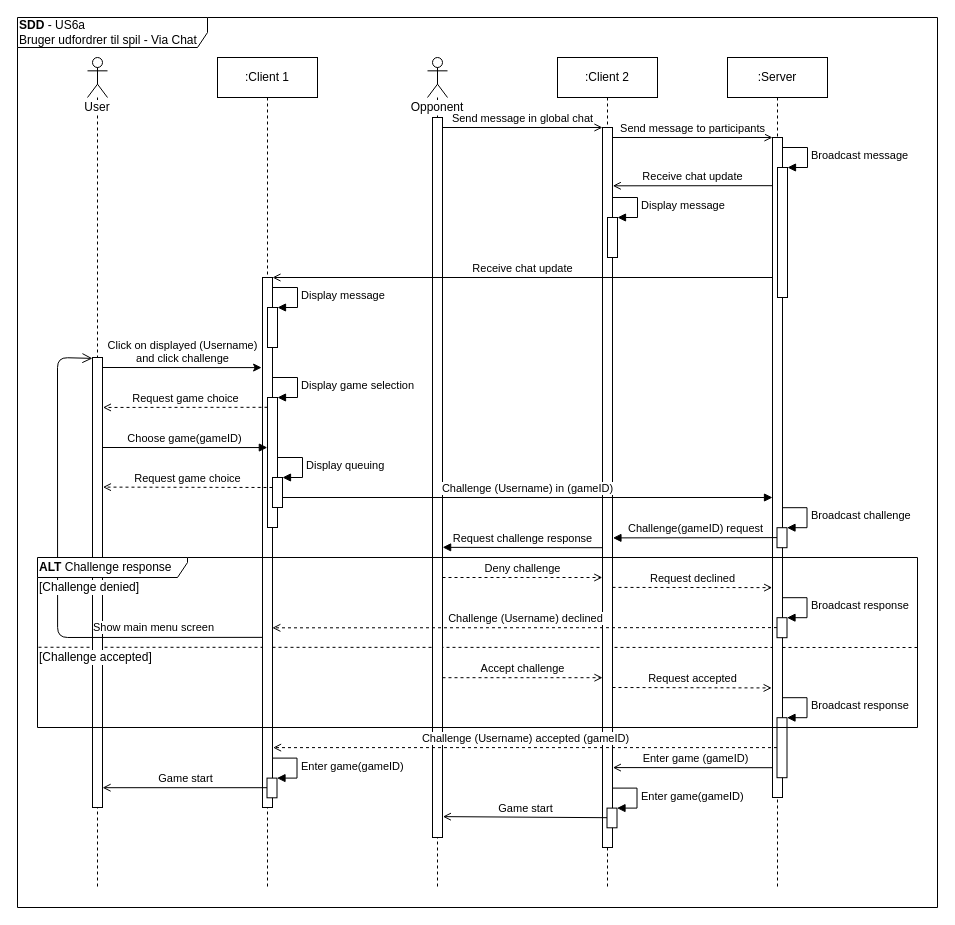
This is page "User-Story-6a" (3 of 4) of diagrams/arkitektur/arkitektur-system-sekvensdiagrammer.drawio from Macradon/I7BAC-PlugNPlay, a draw.io file, before an edit. Source tidied: cells renumbered, new cells numbered last; positions are measured from the earlier drawing's top-left corner, leaving out a move shared by most shapes. Both pictures are drawn from the tidied source at 100%, with x=0, y=0 at pixel (17, 17).
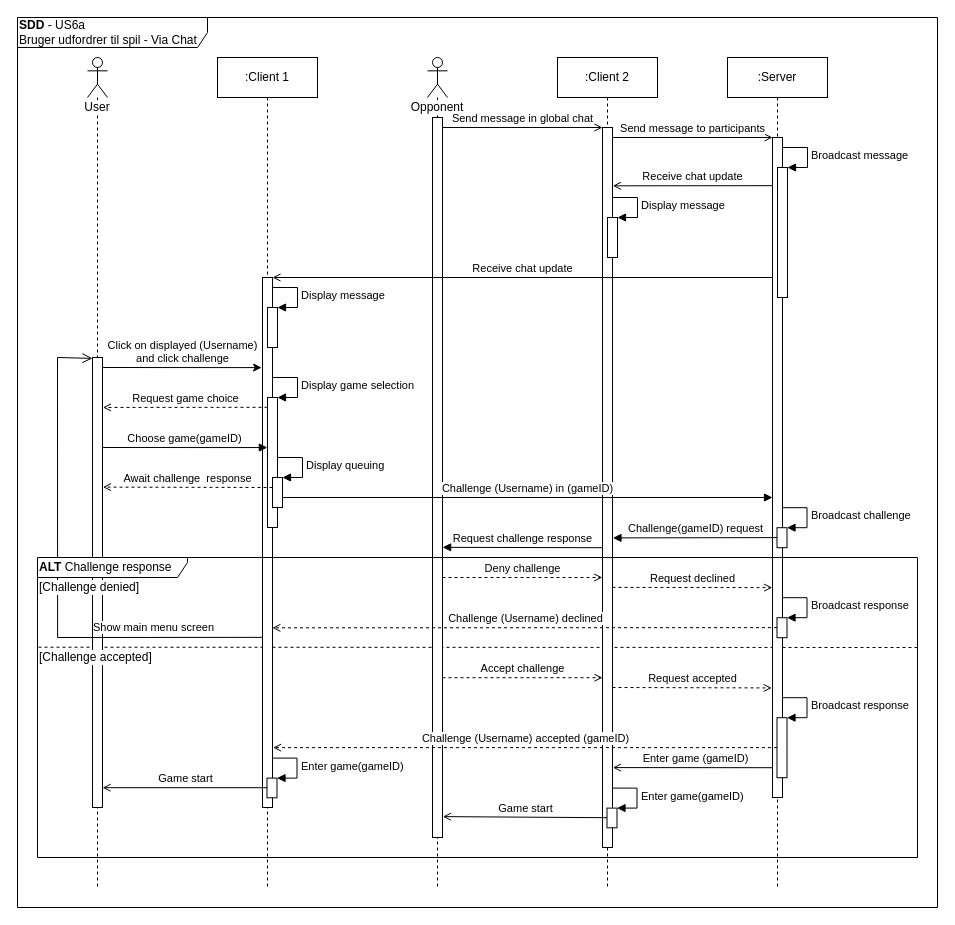
Above is the later version.

The change refers to these unchanged cells:
```xml
<mxCell id="29" style="html=1;points=[];perimeter=orthogonalPerimeter;labelBackgroundColor=none;align=left;" parent="1" vertex="1">
  <mxGeometry x="75" y="340" width="10" height="450" as="geometry" />
</mxCell>
<mxCell id="30" style="html=1;points=[];perimeter=orthogonalPerimeter;labelBackgroundColor=none;align=left;" parent="1" vertex="1">
  <mxGeometry x="245" y="260" width="10" height="530" as="geometry" />
</mxCell>
```

What changed in the source:
```diff
@@
-    <mxCell id="19" style="endArrow=none;dashed=1;html=1;entryX=0;entryY=0.528;entryDx=0;entryDy=0;entryPerimeter=0;" parent="1" edge="1" target="57">
+    <mxCell id="19" style="endArrow=none;dashed=1;html=1;entryX=0;entryY=0.299;entryDx=0;entryDy=0;entryPerimeter=0;" parent="1" edge="1" target="57">
       <mxGeometry relative="1" as="geometry">
         <mxPoint x="900" y="630" as="sourcePoint" />
       </mxGeometry>
     </mxCell>
@@
-    <mxCell id="49" value="Show main menu screen" style="html=1;verticalAlign=bottom;endArrow=open;endSize=8;entryX=-0.005;entryY=0.002;entryDx=0;entryDy=0;entryPerimeter=0;exitX=-0.025;exitY=0.679;exitDx=0;exitDy=0;exitPerimeter=0;" parent="1" edge="1" source="30" target="29">
+    <mxCell id="49" value="Show main menu screen" style="html=1;verticalAlign=bottom;endArrow=open;endSize=8;entryX=-0.005;entryY=0.002;entryDx=0;entryDy=0;entryPerimeter=0;exitX=-0.025;exitY=0.679;exitDx=0;exitDy=0;exitPerimeter=0;rounded=0;" parent="1" edge="1" source="30" target="29">
       <mxGeometry x="-0.58" y="-1" relative="1" as="geometry">
         <Array as="points">
           <mxPoint x="40.1" y="620" />
           <mxPoint x="40" y="340" />
         </Array>
       </mxGeometry>
     </mxCell>
-    <mxCell id="50" value="Request game choice" style="html=1;verticalAlign=bottom;endArrow=open;endFill=0;dashed=1;entryX=1.042;entryY=0.288;entryDx=0;entryDy=0;entryPerimeter=0;" parent="1" edge="1" target="29">
+    <mxCell id="50" value="Await challenge&amp;nbsp; response" style="html=1;verticalAlign=bottom;endArrow=open;endFill=0;dashed=1;entryX=1.042;entryY=0.288;entryDx=0;entryDy=0;entryPerimeter=0;" parent="1" edge="1" target="29">
       <mxGeometry relative="1" as="geometry">
         <mxPoint x="255" y="470" as="sourcePoint" />
       </mxGeometry>
     </mxCell>
@@
     <mxCell id="57" value="&lt;b&gt;ALT&lt;/b&gt;&amp;nbsp;Challenge response" style="shape=umlFrame;whiteSpace=wrap;html=1;labelBackgroundColor=none;align=left;width=150;height=20;" parent="1" vertex="1">
-      <mxGeometry x="20" y="540" width="880" height="170" as="geometry" />
+      <mxGeometry x="20" y="540" width="880" height="300" as="geometry" />
     </mxCell>
```
